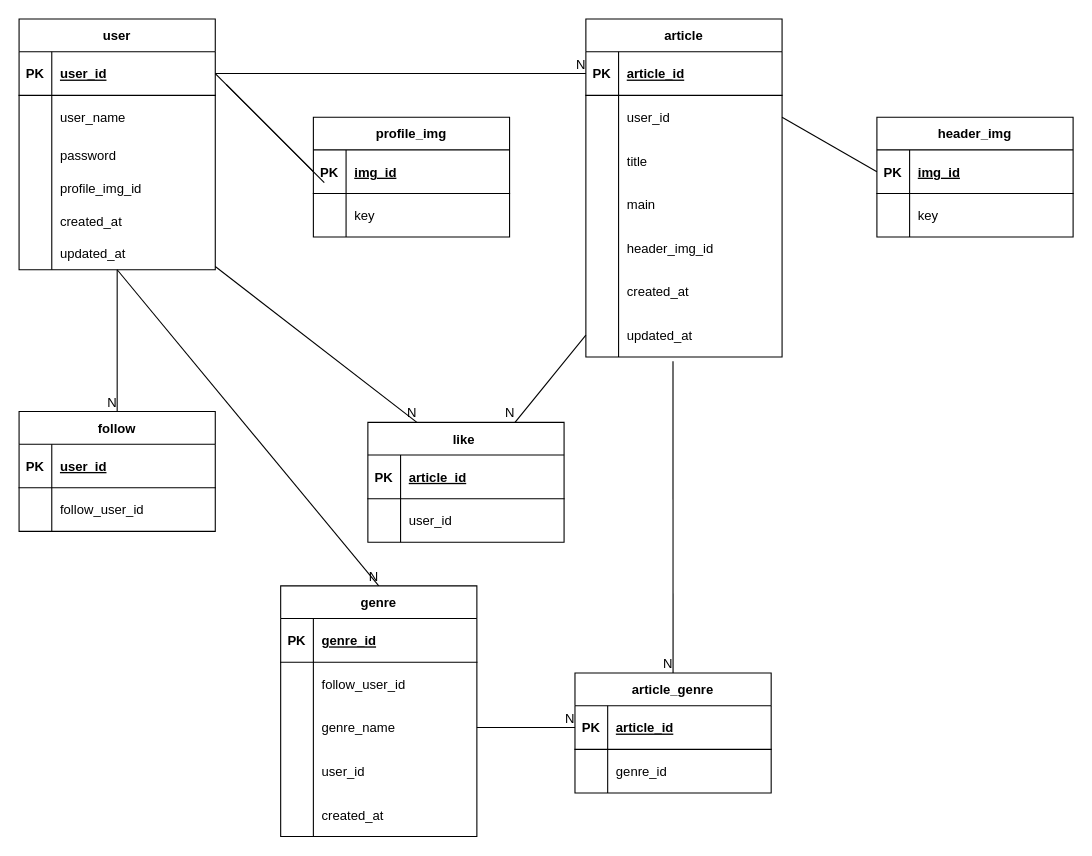
The draw.io diagram infra/db/ER.dio in Yuichi-Kadota/blog-app, before the edit. Source tidied: cells renumbered, new cells numbered last; positions are measured from the earlier drawing's top-left corner, leaving out a move shared by most shapes. Both pictures are drawn from the tidied source at 109%, with x=0, y=0 at pixel (19, 19).
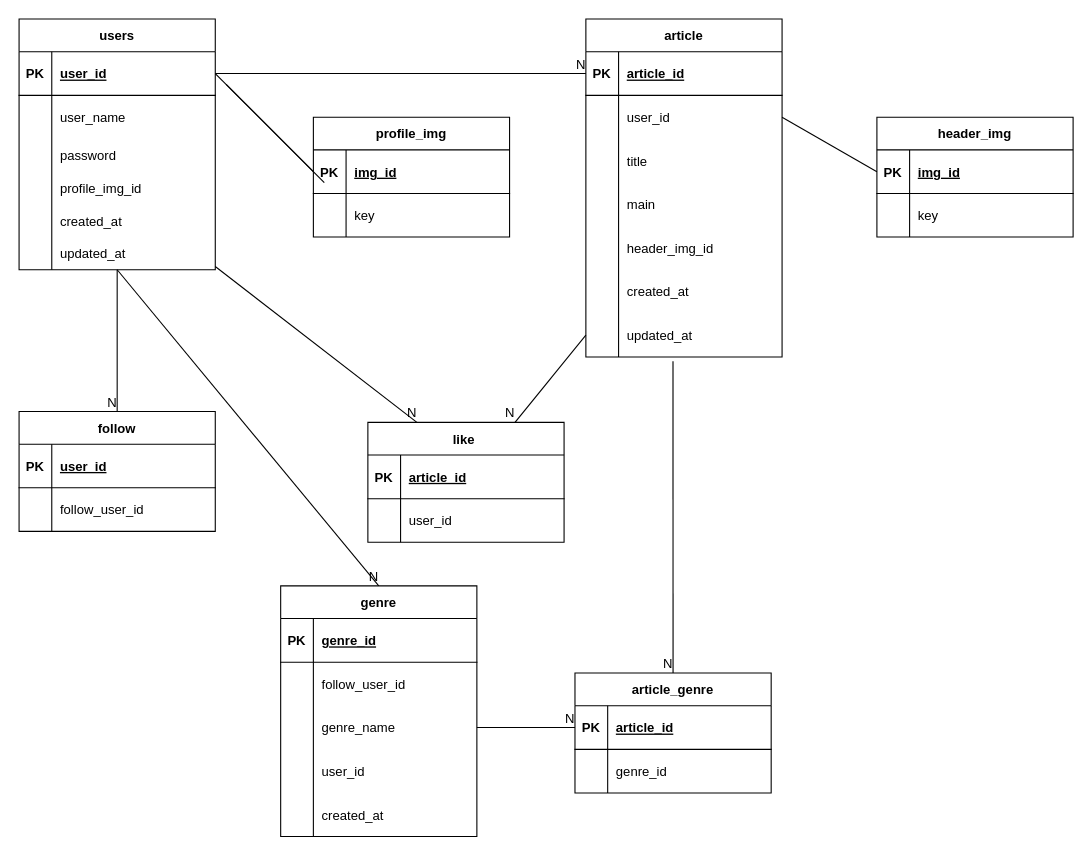
The same page after the edit.

The edit, as a diff of the source:
```diff
@@
-    <mxCell id="2" value="user" style="shape=table;startSize=30;childLayout=tableLayout;rowLines=0;fontStyle=1;align=center;" parent="1" vertex="1">
+    <mxCell id="2" value="users" style="shape=table;startSize=30;childLayout=tableLayout;rowLines=0;fontStyle=1;align=center;" parent="1" vertex="1">
       <mxGeometry width="180" height="230" as="geometry" />
     </mxCell>
```
